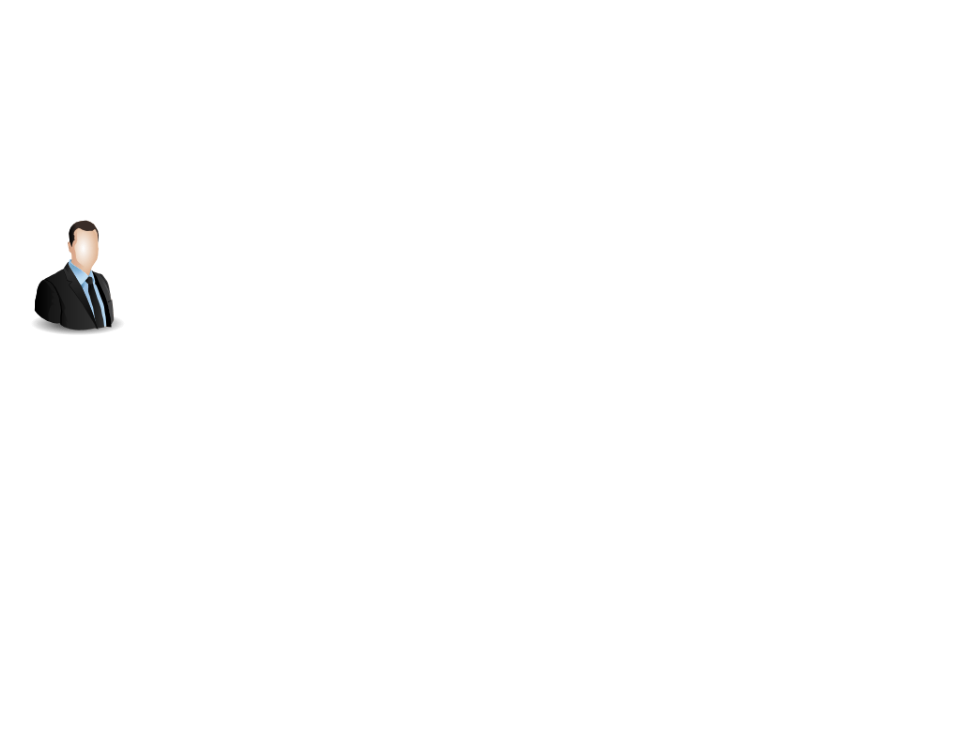
Above: page "Arweave's Architecture" (2 of 3) of Unique/Paper Safe Wallet.drawio in hanggaa/Diagram (draw.io), before the change. Source tidied: cells renumbered, new cells numbered last; positions are measured from the earlier drawing's top-left corner, leaving out a move shared by most shapes. Both pictures are drawn from the tidied source at 100%, with x=0, y=0 at pixel (17, 217).
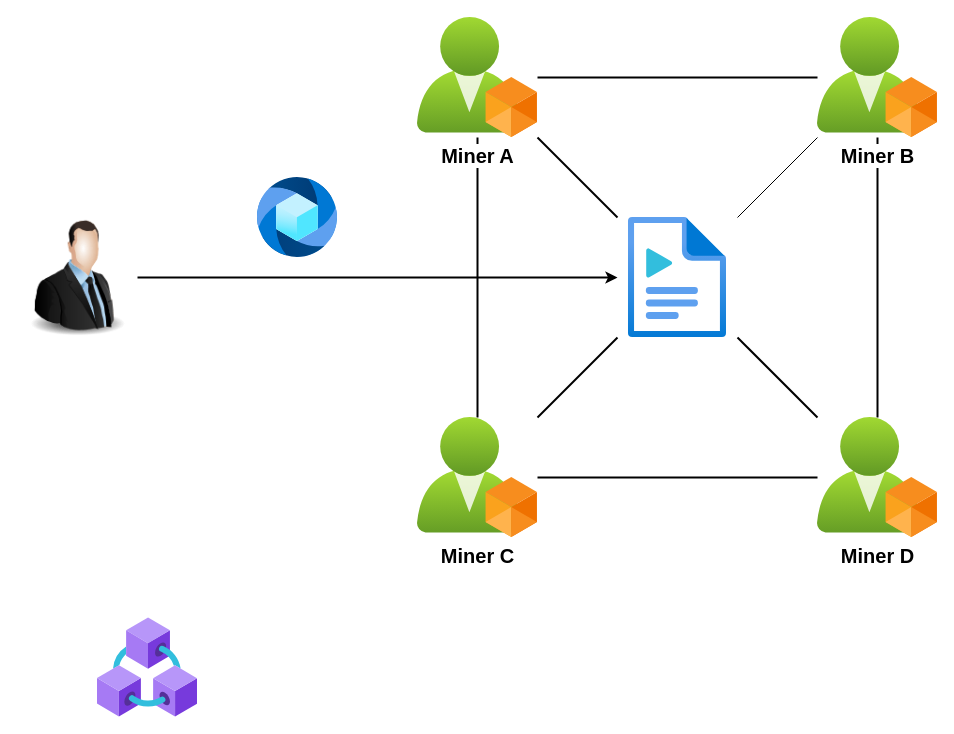
Above is the later version.

Diff of the diagram source:
```diff
@@
 <mxGraphModel>
   <root>
     <mxCell id="0" />
     <mxCell id="1" parent="0" />
+    <mxCell id="3" style="edgeStyle=orthogonalEdgeStyle;rounded=0;jettySize=auto;html=1;strokeWidth=2;" parent="1" edge="1" source="2" target="8">
+      <mxGeometry relative="1" as="geometry" />
+    </mxCell>
     <mxCell id="2" style="image;html=1;image=img/lib/clip_art/people/Suit_Man_128x128.png;" parent="1" vertex="1">
       <mxGeometry width="120" height="120" as="geometry" />
     </mxCell>
+    <mxCell id="4" style="rounded=0;jettySize=auto;html=1;endArrow=none;endFill=0;" parent="1" edge="1" source="8" target="17">
+      <mxGeometry relative="1" as="geometry" />
+    </mxCell>
+    <mxCell id="5" style="rounded=0;jettySize=auto;html=1;strokeWidth=2;endArrow=none;endFill=0;" parent="1" edge="1" source="8" target="14">
+      <mxGeometry relative="1" as="geometry" />
+    </mxCell>
+    <mxCell id="6" style="rounded=0;jettySize=auto;html=1;strokeWidth=2;endArrow=none;endFill=0;" parent="1" edge="1" source="8" target="16">
+      <mxGeometry relative="1" as="geometry" />
+    </mxCell>
+    <mxCell id="7" style="rounded=0;jettySize=auto;html=1;endArrow=none;endFill=0;strokeWidth=2;" parent="1" edge="1" source="8" target="11">
+      <mxGeometry relative="1" as="geometry" />
+    </mxCell>
+    <mxCell id="8" style="image;html=1;points=[];align=center;fontSize=12;image=img/lib/azure2/general/Media_File.svg;" parent="1" vertex="1">
+      <mxGeometry x="600" width="120" height="120" as="geometry" />
+    </mxCell>
+    <mxCell id="9" style="image;html=1;align=center;fontSize=12;image=img/lib/azure2/general/Media.svg;" parent="1" vertex="1">
+      <mxGeometry x="240" y="-40" width="80" height="80" as="geometry" />
+    </mxCell>
+    <mxCell id="10" style="edgeStyle=orthogonalEdgeStyle;rounded=0;jettySize=auto;html=1;strokeWidth=2;endArrow=none;endFill=0;" parent="1" edge="1" source="11" target="16">
+      <mxGeometry relative="1" as="geometry" />
+    </mxCell>
+    <mxCell id="11" value="&lt;font style=&quot;font-size: 20px;&quot;&gt;&lt;b&gt;Miner A&lt;/b&gt;&lt;/font&gt;" style="image;html=1;points=[];align=center;fontSize=12;image=img/lib/azure2/identity/Custom_Azure_AD_Roles.svg;verticalAlign=top;horizontal=1;" parent="1" vertex="1">
+      <mxGeometry x="400" y="-200" width="120" height="120" as="geometry" />
+    </mxCell>
+    <mxCell id="12" style="edgeStyle=orthogonalEdgeStyle;rounded=0;jettySize=auto;html=1;strokeWidth=2;endArrow=none;endFill=0;" parent="1" edge="1" source="17" target="11">
+      <mxGeometry relative="1" as="geometry" />
+    </mxCell>
+    <mxCell id="13" style="edgeStyle=orthogonalEdgeStyle;rounded=0;jettySize=auto;html=1;entryX=0.5;entryY=1;entryDx=0;entryDy=0;entryPerimeter=0;endArrow=none;endFill=0;strokeWidth=2;" parent="1" edge="1" source="14" target="17">
+      <mxGeometry relative="1" as="geometry" />
+    </mxCell>
+    <mxCell id="14" value="&lt;font style=&quot;font-size: 20px;&quot;&gt;&lt;b&gt;Miner D&lt;/b&gt;&lt;/font&gt;" style="image;html=1;points=[];align=center;fontSize=12;image=img/lib/azure2/identity/Custom_Azure_AD_Roles.svg;" parent="1" vertex="1">
+      <mxGeometry x="800" y="200" width="120" height="120" as="geometry" />
+    </mxCell>
+    <mxCell id="15" style="edgeStyle=orthogonalEdgeStyle;rounded=0;jettySize=auto;html=1;strokeWidth=2;endArrow=none;endFill=0;" parent="1" edge="1" source="16" target="14">
+      <mxGeometry relative="1" as="geometry" />
+    </mxCell>
+    <mxCell id="16" value="&lt;font size=&quot;1&quot; style=&quot;&quot;&gt;&lt;b style=&quot;font-size: 20px;&quot;&gt;Miner C&lt;/b&gt;&lt;/font&gt;" style="image;html=1;points=[];align=center;fontSize=12;image=img/lib/azure2/identity/Custom_Azure_AD_Roles.svg;" parent="1" vertex="1">
+      <mxGeometry x="400" y="200" width="120" height="120" as="geometry" />
+    </mxCell>
+    <mxCell id="17" value="&lt;font style=&quot;font-size: 20px;&quot;&gt;&lt;b&gt;Miner B&lt;/b&gt;&lt;/font&gt;" style="image;html=1;points=[];align=center;fontSize=12;image=img/lib/azure2/identity/Custom_Azure_AD_Roles.svg;" parent="1" vertex="1">
+      <mxGeometry x="800" y="-200" width="120" height="120" as="geometry" />
+    </mxCell>
+    <mxCell id="18" style="image;html=1;align=center;fontSize=12;image=img/lib/azure2/blockchain/Azure_Blockchain_Service.svg;" parent="1" vertex="1">
+      <mxGeometry x="80" y="400" width="100" height="100" as="geometry" />
+    </mxCell>
   </root>
 </mxGraphModel>
```
